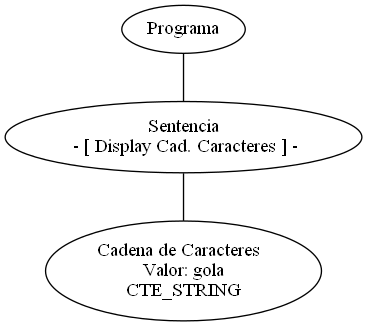
SantiPerez17/Compiladores keeps this Graphviz diagram as arbol.png. Above is the earlier version. Its source is kept beside it as arbol.dot.
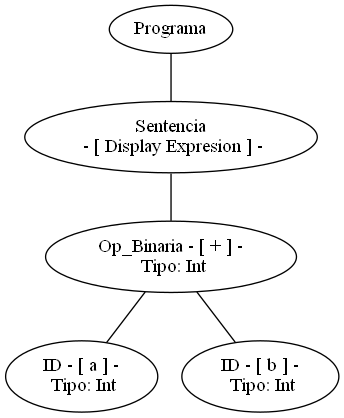
Above is the later version.

What changed in the source:
```diff
@@ -1,9 +1,14 @@
 graph G {nodo_programa[label="Programa"]
 nodo_813239062[label="Sentencia
- - [ Display Cad. Caracteres ] -"]
+ - [ Display Expresion ] -"]
 nodo_programa--nodo_813239062
-nodo_1777485983[label="Cadena de Caracteres
- Valor: gola
-CTE_STRING"]
-nodo_813239062--nodo_1777485983
+nodo_1815674630[label=" Op_Binaria - [ + ] -
+ Tipo: Int"]
+nodo_813239062--nodo_1815674630
+nodo_1775156878[label=" ID - [ a ] -
+ Tipo: Int"]
+nodo_1815674630--nodo_1775156878
+nodo_1335105062[label=" ID - [ b ] -
+ Tipo: Int"]
+nodo_1815674630--nodo_1335105062
 }
```
